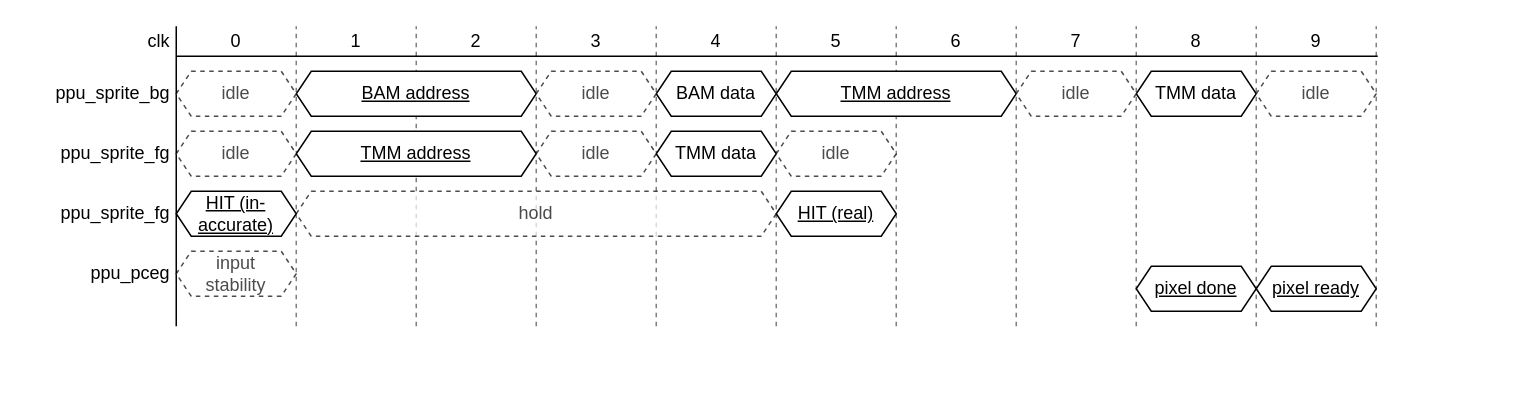
Above: page "pipeline" (5 of 5) of docs/ppu.drawio in lonkaars/avans-arcade (draw.io), before the change. Source tidied: cells renumbered, new cells numbered last; positions are measured from the earlier drawing's top-left corner, leaving out a move shared by most shapes. Both pictures are drawn from the tidied source at 150%, with x=0, y=0 at pixel (26, 26).
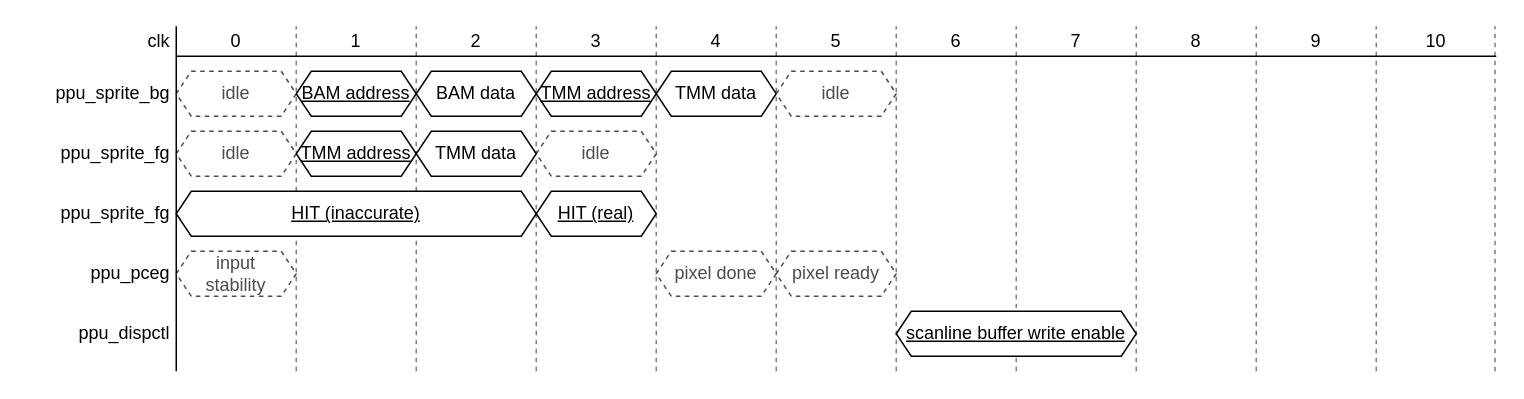
The same page after the edit.

The edit, as a diff of the source:
```diff
@@
-    <mxCell id="2" style="group;" parent="1" vertex="1">
-      <mxGeometry x="100" width="800" height="200" as="geometry" />
-    </mxCell>
-    <mxCell id="3" style="endArrow=none;html=1;rounded=0;" parent="2" edge="1">
+    <mxCell id="3" style="endArrow=none;html=1;rounded=0;" parent="1" edge="1">
       <mxGeometry relative="1" as="geometry">
-        <mxPoint y="200" as="sourcePoint" />
-        <mxPoint as="targetPoint" />
+        <mxPoint x="100" y="230" as="sourcePoint" />
+        <mxPoint x="100" as="targetPoint" />
       </mxGeometry>
     </mxCell>
-    <mxCell id="4" style="endArrow=none;dashed=1;html=1;rounded=0;opacity=50;" parent="2" edge="1">
+    <mxCell id="4" style="endArrow=none;dashed=1;html=1;rounded=0;opacity=50;" parent="1" edge="1">
       <mxGeometry relative="1" as="geometry">
-        <mxPoint x="80" y="200" as="sourcePoint" />
-        <mxPoint x="80" as="targetPoint" />
+        <mxPoint x="180" y="230" as="sourcePoint" />
+        <mxPoint x="180" as="targetPoint" />
       </mxGeometry>
     </mxCell>
-    <mxCell id="5" style="endArrow=none;dashed=1;html=1;rounded=0;opacity=50;" parent="2" edge="1">
+    <mxCell id="5" style="endArrow=none;dashed=1;html=1;rounded=0;opacity=50;" parent="1" edge="1">
       <mxGeometry relative="1" as="geometry">
-        <mxPoint x="160" y="200" as="sourcePoint" />
-        <mxPoint x="160" as="targetPoint" />
+        <mxPoint x="260" y="230" as="sourcePoint" />
+        <mxPoint x="260" as="targetPoint" />
       </mxGeometry>
     </mxCell>
-    <mxCell id="6" style="endArrow=none;dashed=1;html=1;rounded=0;opacity=50;" parent="2" edge="1">
+    <mxCell id="6" style="endArrow=none;dashed=1;html=1;rounded=0;opacity=50;" parent="1" edge="1">
       <mxGeometry relative="1" as="geometry">
-        <mxPoint x="240" y="200" as="sourcePoint" />
-        <mxPoint x="240" as="targetPoint" />
+        <mxPoint x="340" y="230" as="sourcePoint" />
+        <mxPoint x="340" as="targetPoint" />
       </mxGeometry>
     </mxCell>
-    <mxCell id="7" style="endArrow=none;dashed=1;html=1;rounded=0;opacity=50;" parent="2" edge="1">
+    <mxCell id="7" style="endArrow=none;dashed=1;html=1;rounded=0;opacity=50;" parent="1" edge="1">
       <mxGeometry relative="1" as="geometry">
-        <mxPoint x="320" y="200" as="sourcePoint" />
-        <mxPoint x="320" as="targetPoint" />
+        <mxPoint x="420" y="230" as="sourcePoint" />
+        <mxPoint x="420" as="targetPoint" />
       </mxGeometry>
     </mxCell>
-    <mxCell id="8" style="endArrow=none;dashed=1;html=1;rounded=0;opacity=50;" parent="2" edge="1">
+    <mxCell id="8" style="endArrow=none;dashed=1;html=1;rounded=0;opacity=50;" parent="1" edge="1">
       <mxGeometry relative="1" as="geometry">
-        <mxPoint x="400" y="200" as="sourcePoint" />
-        <mxPoint x="400" as="targetPoint" />
+        <mxPoint x="500" y="230" as="sourcePoint" />
+        <mxPoint x="500" as="targetPoint" />
       </mxGeometry>
     </mxCell>
-    <mxCell id="9" style="endArrow=none;dashed=1;html=1;rounded=0;opacity=50;" parent="2" edge="1">
-      <mxGeometry relative="1" as="geometry">
-        <mxPoint x="480" y="200" as="sourcePoint" />
-        <mxPoint x="480" as="targetPoint" />
+    <mxCell id="9" style="endArrow=none;dashed=1;html=1;rounded=0;opacity=50;" parent="1" edge="1">
+      <mxGeometry x="820" y="190" relative="1" as="geometry">
+        <mxPoint x="580" y="230" as="sourcePoint" />
+        <mxPoint x="580" as="targetPoint" />
       </mxGeometry>
     </mxCell>
-    <mxCell id="10" style="endArrow=none;dashed=1;html=1;rounded=0;opacity=50;" parent="2" edge="1">
+    <mxCell id="10" style="endArrow=none;dashed=1;html=1;rounded=0;opacity=50;" parent="1" edge="1">
       <mxGeometry relative="1" as="geometry">
-        <mxPoint x="560" y="200" as="sourcePoint" />
-        <mxPoint x="560" as="targetPoint" />
+        <mxPoint x="660" y="230" as="sourcePoint" />
+        <mxPoint x="660" as="targetPoint" />
       </mxGeometry>
     </mxCell>
-    <mxCell id="11" style="endArrow=none;dashed=1;html=1;rounded=0;opacity=50;" parent="2" edge="1">
+    <mxCell id="11" style="endArrow=none;dashed=1;html=1;rounded=0;opacity=50;" parent="1" edge="1">
       <mxGeometry relative="1" as="geometry">
-        <mxPoint x="640" y="200" as="sourcePoint" />
-        <mxPoint x="640" as="targetPoint" />
+        <mxPoint x="740" y="230" as="sourcePoint" />
+        <mxPoint x="740" as="targetPoint" />
       </mxGeometry>
     </mxCell>
-    <mxCell id="12" style="endArrow=none;dashed=1;html=1;rounded=0;opacity=50;" parent="2" edge="1">
+    <mxCell id="12" style="endArrow=none;dashed=1;html=1;rounded=0;opacity=50;" parent="1" edge="1">
       <mxGeometry relative="1" as="geometry">
-        <mxPoint x="720" y="200" as="sourcePoint" />
-        <mxPoint x="720" as="targetPoint" />
+        <mxPoint x="820" y="230" as="sourcePoint" />
+        <mxPoint x="820" as="targetPoint" />
       </mxGeometry>
     </mxCell>
-    <mxCell id="13" style="endArrow=none;dashed=1;html=1;rounded=0;opacity=50;" parent="2" edge="1">
+    <mxCell id="13" style="endArrow=none;dashed=1;html=1;rounded=0;opacity=50;" parent="1" edge="1">
       <mxGeometry relative="1" as="geometry">
-        <mxPoint x="800" y="200" as="sourcePoint" />
-        <mxPoint x="800" as="targetPoint" />
+        <mxPoint x="900" y="230" as="sourcePoint" />
+        <mxPoint x="900" as="targetPoint" />
       </mxGeometry>
     </mxCell>
-    <mxCell id="14" value="hold" style="shape=hexagon;perimeter=hexagonPerimeter2;whiteSpace=wrap;html=1;fixedSize=1;size=10;opacity=70;dashed=1;textOpacity=70;" parent="2" vertex="1">
-      <mxGeometry x="80" y="110" width="320" height="30" as="geometry" />
-    </mxCell>
+    <mxCell id="49" style="endArrow=none;dashed=1;html=1;rounded=0;opacity=50;" parent="1" edge="1">
+      <mxGeometry relative="1" as="geometry">
+        <mxPoint x="979.2" y="230" as="sourcePoint" />
+        <mxPoint x="979.2" as="targetPoint" />
+      </mxGeometry>
+    </mxCell>
-    <mxCell id="15" style="endArrow=none;html=1;rounded=0;" parent="1" edge="1">
+    <mxCell id="15" style="endArrow=none;html=1;rounded=0;exitX=1;exitY=1;exitDx=0;exitDy=0;" parent="1" edge="1" source="50">
       <mxGeometry relative="1" as="geometry">
-        <mxPoint x="901" y="20" as="sourcePoint" />
         <mxPoint x="100" y="20" as="targetPoint" />
       </mxGeometry>
     </mxCell>
@@
     <mxCell id="25" value="BAM address" style="shape=hexagon;perimeter=hexagonPerimeter2;whiteSpace=wrap;html=1;fixedSize=1;size=10;fillStyle=auto;rounded=0;shadow=0;fontStyle=4;" parent="1" vertex="1">
-      <mxGeometry x="180" y="30" width="160" height="30" as="geometry" />
+      <mxGeometry x="180" y="30" width="80" height="30" as="geometry" />
     </mxCell>
@@
     <mxCell id="27" value="TMM address" style="shape=hexagon;perimeter=hexagonPerimeter2;whiteSpace=wrap;html=1;fixedSize=1;size=10;fillStyle=auto;rounded=0;shadow=0;fontStyle=4;" parent="1" vertex="1">
-      <mxGeometry x="180" y="70" width="160" height="30" as="geometry" />
+      <mxGeometry x="180" y="70" width="80" height="30" as="geometry" />
     </mxCell>
@@
-    <mxCell id="30" value="pixel done" style="shape=hexagon;perimeter=hexagonPerimeter2;whiteSpace=wrap;html=1;fixedSize=1;size=10;fontStyle=4;" parent="1" vertex="1">
-      <mxGeometry x="740" y="160" width="80" height="30" as="geometry" />
-    </mxCell>
     <mxCell id="31" value="TMM data" style="shape=hexagon;perimeter=hexagonPerimeter2;whiteSpace=wrap;html=1;fixedSize=1;size=10;" parent="1" vertex="1">
-      <mxGeometry x="740" y="30" width="80" height="30" as="geometry" />
+      <mxGeometry x="420" y="30" width="80" height="30" as="geometry" />
     </mxCell>
     <mxCell id="32" value="TMM address" style="shape=hexagon;perimeter=hexagonPerimeter2;whiteSpace=wrap;html=1;fixedSize=1;size=10;fontStyle=4;" parent="1" vertex="1">
-      <mxGeometry x="500" y="30" width="160" height="30" as="geometry" />
+      <mxGeometry x="340" y="30" width="80" height="30" as="geometry" />
     </mxCell>
-    <mxCell id="33" value="pixel ready" style="shape=hexagon;perimeter=hexagonPerimeter2;whiteSpace=wrap;html=1;fixedSize=1;size=10;fontStyle=4;" parent="1" vertex="1">
-      <mxGeometry x="820" y="160" width="80" height="30" as="geometry" />
-    </mxCell>
@@
     <mxCell id="36" value="BAM data" style="shape=hexagon;perimeter=hexagonPerimeter2;whiteSpace=wrap;html=1;fixedSize=1;size=10;" parent="1" vertex="1">
-      <mxGeometry x="420" y="30" width="80" height="30" as="geometry" />
+      <mxGeometry x="260" y="30" width="80" height="30" as="geometry" />
     </mxCell>
     <mxCell id="37" value="TMM data" style="shape=hexagon;perimeter=hexagonPerimeter2;whiteSpace=wrap;html=1;fixedSize=1;size=10;" parent="1" vertex="1">
-      <mxGeometry x="420" y="70" width="80" height="30" as="geometry" />
+      <mxGeometry x="260" y="70" width="80" height="30" as="geometry" />
     </mxCell>
@@
-    <mxCell id="40" value="idle" style="shape=hexagon;perimeter=hexagonPerimeter2;whiteSpace=wrap;html=1;fixedSize=1;size=10;opacity=70;dashed=1;textOpacity=70;" parent="1" vertex="1">
-      <mxGeometry x="340" y="30" width="80" height="30" as="geometry" />
-    </mxCell>
-    <mxCell id="41" value="idle" style="shape=hexagon;perimeter=hexagonPerimeter2;whiteSpace=wrap;html=1;fixedSize=1;size=10;opacity=70;dashed=1;textOpacity=70;" parent="1" vertex="1">
-      <mxGeometry x="340" y="70" width="80" height="30" as="geometry" />
-    </mxCell>
-    <mxCell id="42" value="idle" style="shape=hexagon;perimeter=hexagonPerimeter2;whiteSpace=wrap;html=1;fixedSize=1;size=10;opacity=70;dashed=1;textOpacity=70;" parent="1" vertex="1">
-      <mxGeometry x="660" y="30" width="80" height="30" as="geometry" />
-    </mxCell>
-    <mxCell id="43" value="idle" style="shape=hexagon;perimeter=hexagonPerimeter2;whiteSpace=wrap;html=1;fixedSize=1;size=10;opacity=70;dashed=1;textOpacity=70;" parent="1" vertex="1">
-      <mxGeometry x="500" y="70" width="80" height="30" as="geometry" />
-    </mxCell>
     <mxCell id="44" value="idle" style="shape=hexagon;perimeter=hexagonPerimeter2;whiteSpace=wrap;html=1;fixedSize=1;size=10;opacity=70;dashed=1;textOpacity=70;" parent="1" vertex="1">
-      <mxGeometry x="820" y="30" width="80" height="30" as="geometry" />
+      <mxGeometry x="500" y="30" width="80" height="30" as="geometry" />
     </mxCell>
-    <mxCell id="45" value="HIT (in-accurate)" style="shape=hexagon;perimeter=hexagonPerimeter2;whiteSpace=wrap;html=1;fixedSize=1;size=10;fillStyle=auto;rounded=0;shadow=0;fontStyle=4;" parent="1" vertex="1">
-      <mxGeometry x="100" y="110" width="80" height="30" as="geometry" />
+    <mxCell id="45" value="HIT (inaccurate)" style="shape=hexagon;perimeter=hexagonPerimeter2;whiteSpace=wrap;html=1;fixedSize=1;size=10;fillStyle=auto;rounded=0;shadow=0;fontStyle=4;" parent="1" vertex="1">
+      <mxGeometry x="100" y="110" width="240" height="30" as="geometry" />
     </mxCell>
@@
     <mxCell id="48" value="HIT (real)" style="shape=hexagon;perimeter=hexagonPerimeter2;whiteSpace=wrap;html=1;fixedSize=1;size=10;fillStyle=auto;rounded=0;shadow=0;fontStyle=4;" parent="1" vertex="1">
-      <mxGeometry x="500" y="110" width="80" height="30" as="geometry" />
+      <mxGeometry x="340" y="110" width="80" height="30" as="geometry" />
     </mxCell>
+    <mxCell id="50" value="10" style="text;html=1;strokeColor=none;fillColor=none;align=center;verticalAlign=middle;whiteSpace=wrap;rounded=0;" parent="1" vertex="1">
+      <mxGeometry x="900" width="80" height="20" as="geometry" />
+    </mxCell>
+    <mxCell id="30" value="pixel done" style="shape=hexagon;perimeter=hexagonPerimeter2;whiteSpace=wrap;html=1;fixedSize=1;size=10;opacity=70;dashed=1;textOpacity=70;" parent="1" vertex="1">
+      <mxGeometry x="420" y="150" width="80" height="30" as="geometry" />
+    </mxCell>
+    <mxCell id="33" value="pixel ready" style="shape=hexagon;perimeter=hexagonPerimeter2;whiteSpace=wrap;html=1;fixedSize=1;size=10;opacity=70;dashed=1;textOpacity=70;" parent="1" vertex="1">
+      <mxGeometry x="500" y="150" width="80" height="30" as="geometry" />
+    </mxCell>
+    <mxCell id="51" value="ppu_dispctl" style="text;html=1;strokeColor=none;fillColor=none;align=right;verticalAlign=middle;whiteSpace=wrap;rounded=0;spacingRight=2;" parent="1" vertex="1">
+      <mxGeometry y="190" width="100" height="30" as="geometry" />
+    </mxCell>
+    <mxCell id="52" value="scanline buffer write enable" style="shape=hexagon;perimeter=hexagonPerimeter2;whiteSpace=wrap;html=1;fixedSize=1;size=10;fillStyle=auto;rounded=0;shadow=0;fontStyle=4;" parent="1" vertex="1">
+      <mxGeometry x="580" y="190" width="160" height="30" as="geometry" />
+    </mxCell>
+    <mxCell id="41" value="idle" style="shape=hexagon;perimeter=hexagonPerimeter2;whiteSpace=wrap;html=1;fixedSize=1;size=10;opacity=70;dashed=1;textOpacity=70;" parent="1" vertex="1">
+      <mxGeometry x="340" y="70" width="80" height="30" as="geometry" />
+    </mxCell>
```
